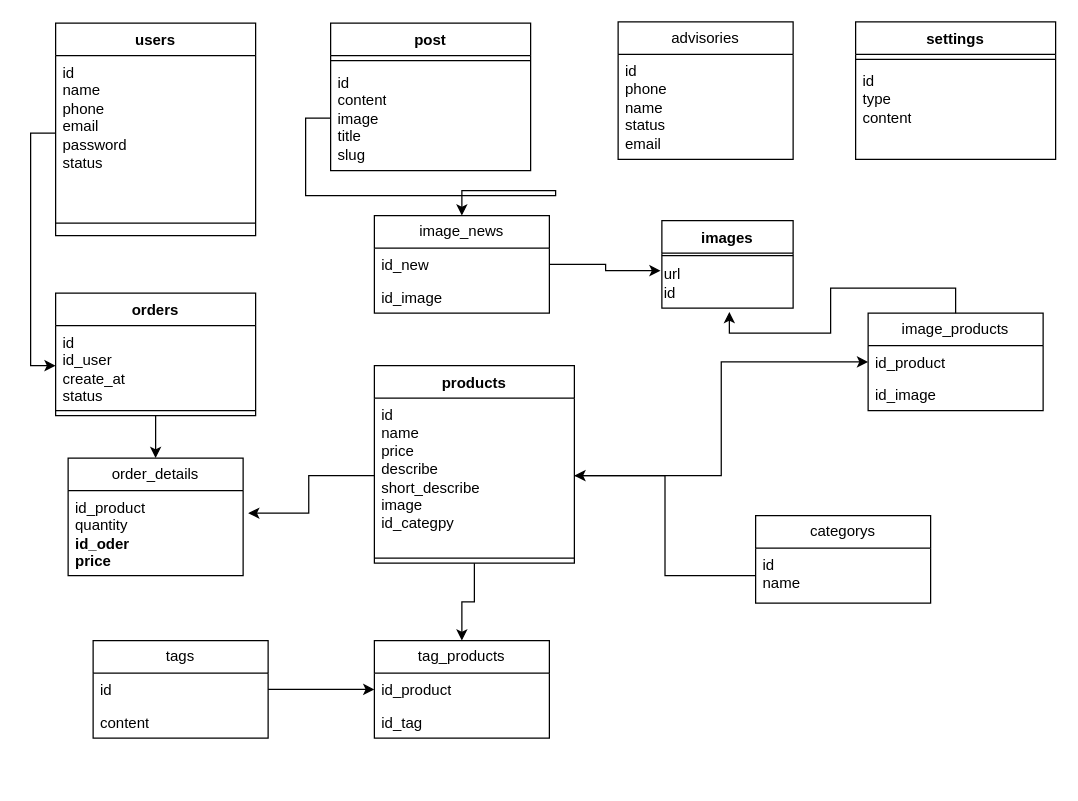
Above: lop du kien.drawio in leehoang21/uml (draw.io), before the change. Source tidied: cells renumbered, new cells numbered last; positions are measured from the earlier drawing's top-left corner, leaving out a move shared by most shapes. Both pictures are drawn from the tidied source at 125%, with x=0, y=0 at pixel (55, 21).
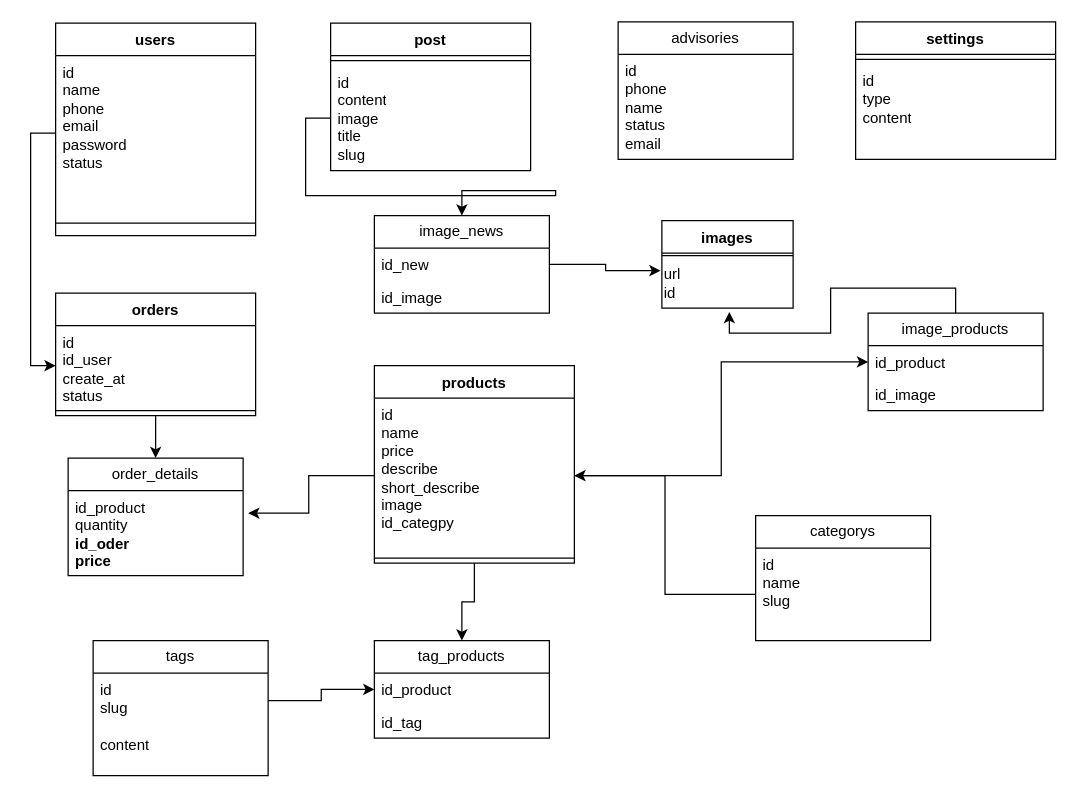
The same page after the edit.

What changed in the source:
```diff
@@
     <mxCell id="38" value="categorys" style="swimlane;fontStyle=0;horizontal=1;startSize=26;fillColor=none;whiteSpace=wrap;html=1;" parent="1" vertex="1">
-      <mxGeometry x="560" y="395" width="140" height="70" as="geometry" />
+      <mxGeometry x="560" y="395" width="140" height="100" as="geometry" />
     </mxCell>
-    <mxCell id="39" value="id&lt;br&gt;name" style="text;strokeColor=none;fillColor=none;align=left;verticalAlign=top;spacingLeft=4;spacingRight=4;overflow=hidden;points=[[0,0.5],[1,0.5]];portConstraint=eastwest;whiteSpace=wrap;html=1;" parent="38" vertex="1">
-      <mxGeometry y="26" width="140" height="44" as="geometry" />
+    <mxCell id="39" value="id&lt;br&gt;name&lt;br&gt;slug" style="text;strokeColor=none;fillColor=none;align=left;verticalAlign=top;spacingLeft=4;spacingRight=4;overflow=hidden;points=[[0,0.5],[1,0.5]];portConstraint=eastwest;whiteSpace=wrap;html=1;" parent="38" vertex="1">
+      <mxGeometry y="26" width="140" height="74" as="geometry" />
     </mxCell>
@@
     <mxCell id="41" value="tags" style="swimlane;fontStyle=0;horizontal=1;startSize=26;fillColor=none;whiteSpace=wrap;html=1;" parent="1" vertex="1">
-      <mxGeometry x="30" y="495" width="140" height="78" as="geometry" />
+      <mxGeometry x="30" y="495" width="140" height="108" as="geometry" />
     </mxCell>
-    <mxCell id="42" value="id" style="text;strokeColor=none;fillColor=none;align=left;verticalAlign=top;spacingLeft=4;spacingRight=4;overflow=hidden;points=[[0,0.5],[1,0.5]];portConstraint=eastwest;whiteSpace=wrap;html=1;" parent="41" vertex="1">
-      <mxGeometry y="26" width="140" height="26" as="geometry" />
+    <mxCell id="42" value="id&lt;br&gt;slug" style="text;strokeColor=none;fillColor=none;align=left;verticalAlign=top;spacingLeft=4;spacingRight=4;overflow=hidden;points=[[0,0.5],[1,0.5]];portConstraint=eastwest;whiteSpace=wrap;html=1;" parent="41" vertex="1">
+      <mxGeometry y="26" width="140" height="44" as="geometry" />
     </mxCell>
     <mxCell id="43" value="content" style="text;strokeColor=none;fillColor=none;align=left;verticalAlign=top;spacingLeft=4;spacingRight=4;overflow=hidden;whiteSpace=wrap;html=1;" parent="41" vertex="1">
-      <mxGeometry y="52" width="140" height="26" as="geometry" />
+      <mxGeometry y="70" width="140" height="38" as="geometry" />
     </mxCell>
```
